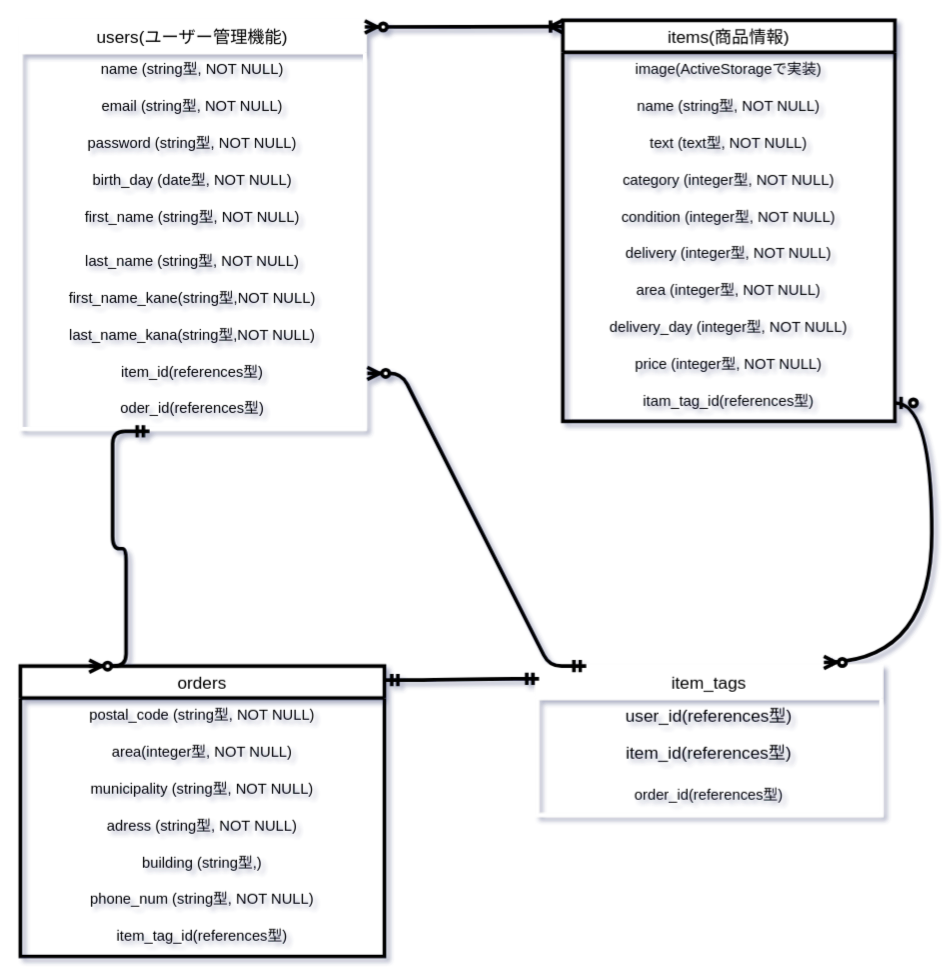
This is ER .dio from same-jima/furima-36128, a draw.io file, before an edit. Source tidied: cells renumbered, new cells numbered last; positions are measured from the earlier drawing's top-left corner, leaving out a move shared by most shapes. Both pictures are drawn from the tidied source at 123%, with x=0, y=0 at pixel (20, 20).
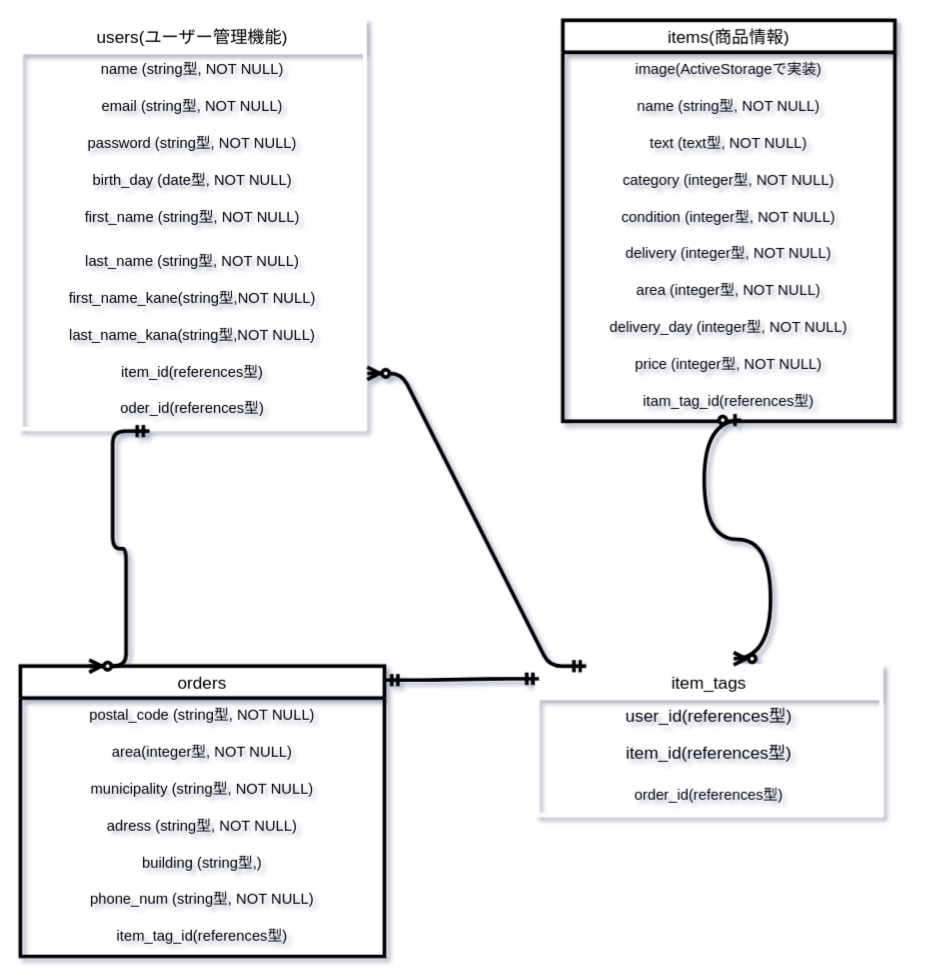
The same page after the edit.

Unchanged cells that the change refers to:
```xml
<mxCell id="2" value="users(ユーザー管理機能)" style="swimlane;fontStyle=0;horizontal=1;startSize=26;align=center;fontSize=14;strokeColor=#FFFFFF;strokeWidth=3;" parent="1" vertex="1">
  <mxGeometry width="280" height="332" as="geometry" />
</mxCell>
<mxCell id="23" value="itam_tag_id(references型)" style="text;strokeColor=none;fillColor=none;spacingLeft=4;spacingRight=4;overflow=hidden;points=[[0,0.5],[1,0.5]];portConstraint=eastwest;fontSize=12;align=center;" parent="13" vertex="1">
  <mxGeometry y="296" width="270" height="30" as="geometry" />
</mxCell>
<mxCell id="32" value="item_tags" style="swimlane;fontStyle=0;horizontal=1;startSize=26;align=center;fontSize=14;strokeColor=#FFFFFF;strokeWidth=3;" parent="1" vertex="1">
  <mxGeometry x="420" y="525" width="280" height="121" as="geometry" />
</mxCell>
```

Change to the diagram source:
```diff
@@
-    <mxCell id="36" style="edgeStyle=entityRelationEdgeStyle;fontSize=12;html=1;endArrow=ERzeroToMany;startArrow=ERzeroToOne;entryX=0.833;entryY=-0.025;entryDx=0;entryDy=0;entryPerimeter=0;curved=1;strokeWidth=3;" parent="1" edge="1" source="23" target="32">
+    <mxCell id="36" style="edgeStyle=entityRelationEdgeStyle;fontSize=12;html=1;endArrow=ERzeroToMany;startArrow=ERzeroToOne;entryX=0.571;entryY=-0.05;entryDx=0;entryDy=0;entryPerimeter=0;curved=1;strokeWidth=3;exitX=0.537;exitY=0.967;exitDx=0;exitDy=0;exitPerimeter=0;" parent="1" edge="1" source="23" target="32">
       <mxGeometry relative="1" as="geometry" />
     </mxCell>
-    <mxCell id="37" style="edgeStyle=entityRelationEdgeStyle;fontSize=12;html=1;endArrow=ERoneToMany;startArrow=ERzeroToMany;exitX=1;exitY=0.016;exitDx=0;exitDy=0;exitPerimeter=0;curved=1;strokeWidth=3;" parent="1" edge="1" source="2">
-      <mxGeometry relative="1" as="geometry">
-        <mxPoint x="441" y="5" as="targetPoint" />
-      </mxGeometry>
-    </mxCell>
```
